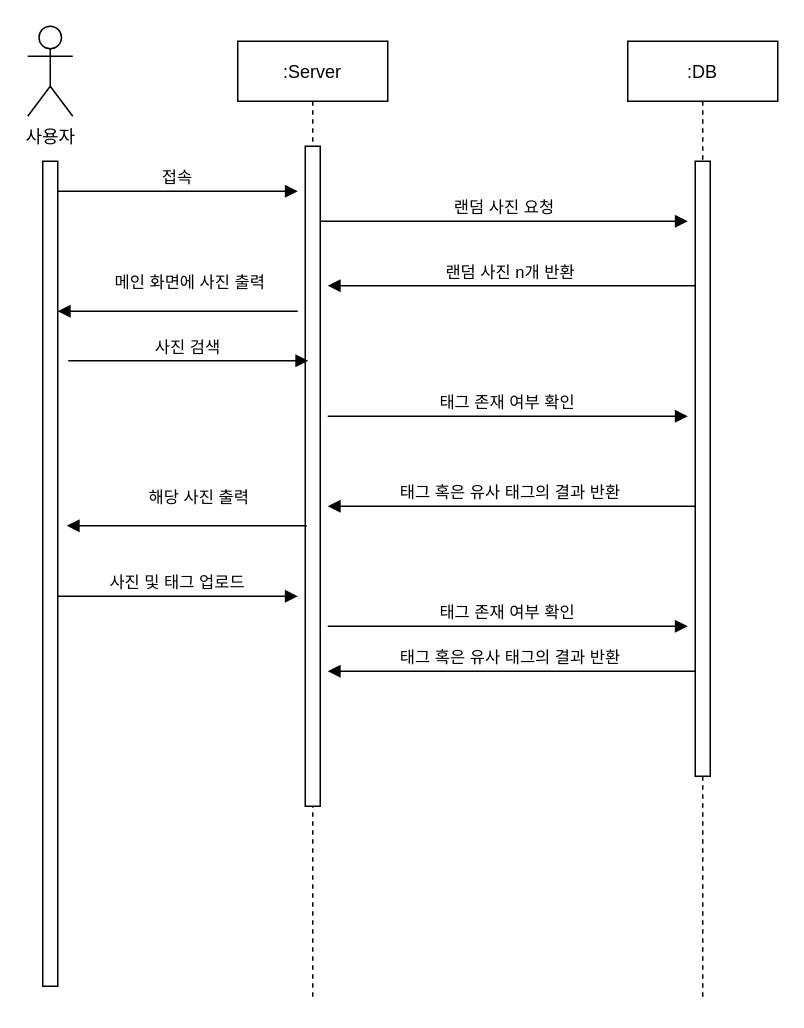
Before: Untitled Diagram.drawio in betty214/codingtest, a draw.io diagram. Source tidied: cells renumbered, new cells numbered last; positions are measured from the earlier drawing's top-left corner, leaving out a move shared by most shapes. Both pictures are drawn from the tidied source at 150%, with x=0, y=0 at pixel (27, 26).
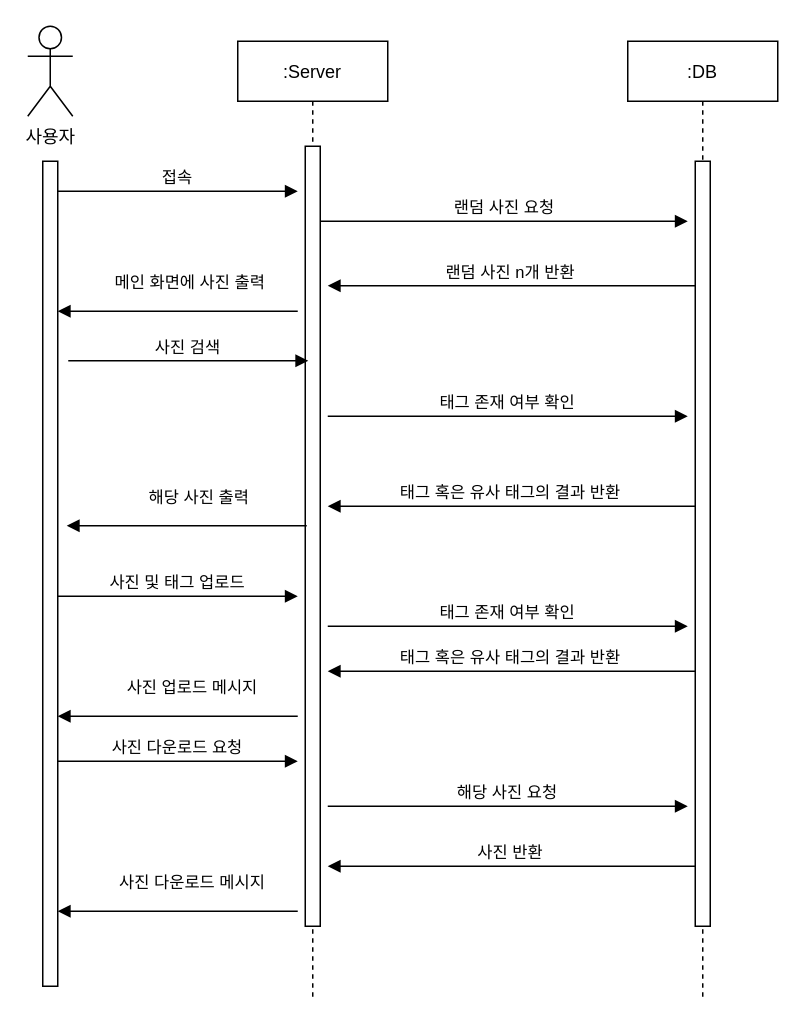
After the change.

The change refers to these unchanged cells:
```xml
<mxCell id="2" value=":Server" style="shape=umlLifeline;perimeter=lifelinePerimeter;rounded=0;shadow=0;strokeWidth=1;" parent="1" vertex="1">
  <mxGeometry x="140" y="10" width="100" height="640" as="geometry" />
</mxCell>
<mxCell id="4" value=":DB" style="shape=umlLifeline;perimeter=lifelinePerimeter;rounded=0;shadow=0;strokeWidth=1;" parent="1" vertex="1">
  <mxGeometry x="400" y="10" width="100" height="640" as="geometry" />
</mxCell>
```

Change to the diagram source:
```diff
@@
     <mxCell id="3" style="points=[];perimeter=orthogonalPerimeter;rounded=0;shadow=0;strokeWidth=1;" parent="2" vertex="1">
-      <mxGeometry x="45" y="70" width="10" height="440" as="geometry" />
+      <mxGeometry x="45" y="70" width="10" height="520" as="geometry" />
     </mxCell>
@@
     <mxCell id="5" style="perimeter=orthogonalPerimeter;rounded=0;shadow=0;strokeWidth=1;" parent="4" vertex="1">
-      <mxGeometry x="45" y="80" width="10" height="410" as="geometry" />
+      <mxGeometry x="45" y="80" width="10" height="510" as="geometry" />
     </mxCell>
@@
+    <mxCell id="19" value="사진 다운로드 요청" style="verticalAlign=bottom;endArrow=block;shadow=0;strokeWidth=1;" parent="1" edge="1">
+      <mxGeometry relative="1" as="geometry">
+        <mxPoint x="20" y="490" as="sourcePoint" />
+        <mxPoint x="180" y="490" as="targetPoint" />
+      </mxGeometry>
+    </mxCell>
+    <mxCell id="20" value="사진 업로드 메시지" style="verticalAlign=bottom;endArrow=block;shadow=0;strokeWidth=1;" parent="1" edge="1">
+      <mxGeometry x="-0.12" y="-10" relative="1" as="geometry">
+        <mxPoint x="180" y="460" as="sourcePoint" />
+        <mxPoint x="20" y="460" as="targetPoint" />
+      </mxGeometry>
+    </mxCell>
+    <mxCell id="21" value="해당 사진 요청" style="verticalAlign=bottom;endArrow=block;shadow=0;strokeWidth=1;" parent="1" edge="1">
+      <mxGeometry relative="1" as="geometry">
+        <mxPoint x="200" y="520" as="sourcePoint" />
+        <mxPoint x="440" y="520" as="targetPoint" />
+      </mxGeometry>
+    </mxCell>
+    <mxCell id="22" value="사진 반환" style="verticalAlign=bottom;endArrow=block;shadow=0;strokeWidth=1;" parent="1" edge="1">
+      <mxGeometry relative="1" as="geometry">
+        <mxPoint x="445" y="560" as="sourcePoint" />
+        <mxPoint x="200" y="560" as="targetPoint" />
+      </mxGeometry>
+    </mxCell>
+    <mxCell id="23" value="사진 다운로드 메시지" style="verticalAlign=bottom;endArrow=block;shadow=0;strokeWidth=1;" parent="1" edge="1">
+      <mxGeometry x="-0.12" y="-10" relative="1" as="geometry">
+        <mxPoint x="180" y="590" as="sourcePoint" />
+        <mxPoint x="20" y="590" as="targetPoint" />
+      </mxGeometry>
+    </mxCell>
```
